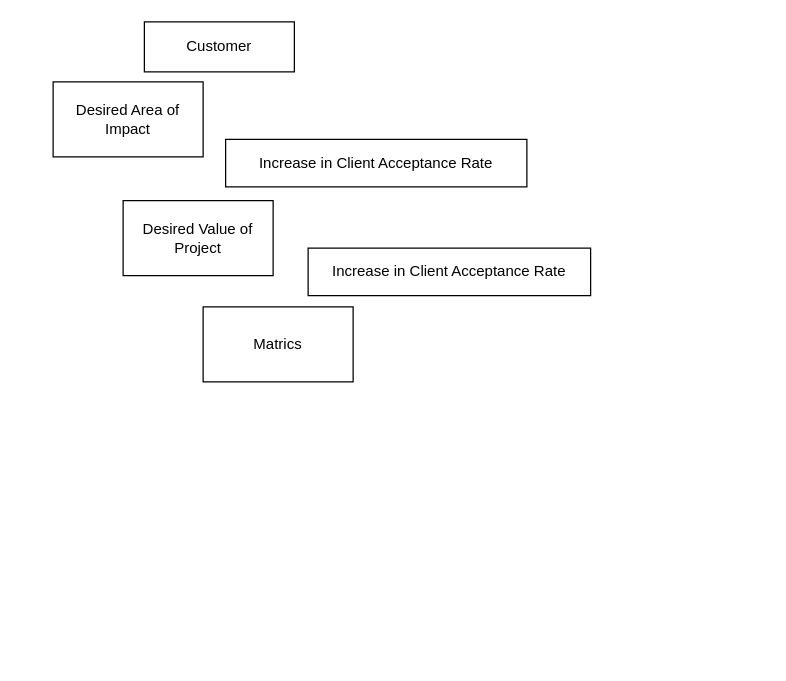
Before: Untitled Diagram.drawio in AbeSoll/Draw.io, a draw.io diagram. Source tidied: cells renumbered, new cells numbered last; positions are measured from the earlier drawing's top-left corner, leaving out a move shared by most shapes. Both pictures are drawn from the tidied source at 125%, with x=0, y=0 at pixel (52, 21).
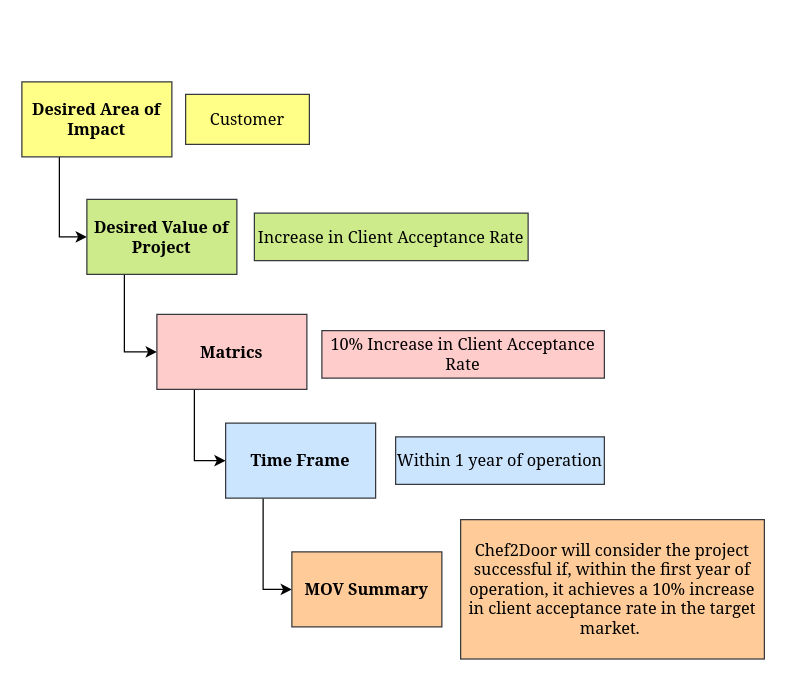
Above is the later version.

The edit, as a diff of the source:
```diff
@@
 <mxGraphModel>
   <root>
     <mxCell id="0" />
     <mxCell id="1" parent="0" />
-    <mxCell id="2" value="Customer" style="rounded=0;whiteSpace=wrap;html=1;" parent="1" vertex="1">
-      <mxGeometry x="73" width="120" height="40" as="geometry" />
+    <mxCell id="2" value="Customer" style="rounded=0;whiteSpace=wrap;html=1;fillColor=#ffff88;strokeColor=#36393d;fontFamily=Georgia;fontSize=13;" parent="1" vertex="1">
+      <mxGeometry x="106" y="58" width="99" height="40" as="geometry" />
     </mxCell>
-    <mxCell id="3" value="Increase in Client Acceptance Rate" style="rounded=0;whiteSpace=wrap;html=1;" parent="1" vertex="1">
-      <mxGeometry x="138" y="94" width="241" height="38" as="geometry" />
+    <mxCell id="3" value="Increase in Client Acceptance Rate" style="rounded=0;whiteSpace=wrap;html=1;fillColor=#cdeb8b;strokeColor=#36393d;fontFamily=Georgia;fontSize=13;" parent="1" vertex="1">
+      <mxGeometry x="161" y="153" width="219" height="38" as="geometry" />
     </mxCell>
-    <mxCell id="4" value="Increase in Client Acceptance Rate" style="rounded=0;whiteSpace=wrap;html=1;" parent="1" vertex="1">
-      <mxGeometry x="204" y="181" width="226" height="38" as="geometry" />
+    <mxCell id="4" value="10% Increase in Client Acceptance Rate" style="rounded=0;whiteSpace=wrap;html=1;fillColor=#ffcccc;strokeColor=#36393d;fontFamily=Georgia;fontSize=13;" parent="1" vertex="1">
+      <mxGeometry x="215" y="247" width="226" height="38" as="geometry" />
     </mxCell>
+    <mxCell id="8" style="edgeStyle=orthogonalEdgeStyle;rounded=0;jettySize=auto;html=1;exitX=0.25;exitY=1;exitDx=0;exitDy=0;entryX=0;entryY=0.5;entryDx=0;entryDy=0;fontFamily=Georgia;fontSize=13;" parent="1" edge="1" source="5" target="6">
+      <mxGeometry relative="1" as="geometry" />
+    </mxCell>
-    <mxCell id="5" value="Desired Area of Impact" style="rounded=0;whiteSpace=wrap;html=1;" parent="1" vertex="1">
-      <mxGeometry y="48" width="120" height="60" as="geometry" />
+    <mxCell id="5" value="Desired Area of Impact" style="rounded=0;whiteSpace=wrap;html=1;fillColor=#ffff88;strokeColor=#36393d;fontFamily=Georgia;fontSize=13;fontStyle=1;" parent="1" vertex="1">
+      <mxGeometry x="-25" y="48" width="120" height="60" as="geometry" />
     </mxCell>
+    <mxCell id="9" style="edgeStyle=orthogonalEdgeStyle;rounded=0;jettySize=auto;html=1;exitX=0.25;exitY=1;exitDx=0;exitDy=0;entryX=0;entryY=0.5;entryDx=0;entryDy=0;fontFamily=Georgia;fontSize=13;" parent="1" edge="1" source="6" target="7">
+      <mxGeometry relative="1" as="geometry" />
+    </mxCell>
-    <mxCell id="6" value="Desired Value of Project" style="rounded=0;whiteSpace=wrap;html=1;" parent="1" vertex="1">
-      <mxGeometry x="56" y="143" width="120" height="60" as="geometry" />
+    <mxCell id="6" value="Desired Value of Project" style="rounded=0;whiteSpace=wrap;html=1;fillColor=#cdeb8b;strokeColor=#36393d;fontFamily=Georgia;fontSize=13;fontStyle=1;" parent="1" vertex="1">
+      <mxGeometry x="27" y="142" width="120" height="60" as="geometry" />
     </mxCell>
+    <mxCell id="10" style="edgeStyle=orthogonalEdgeStyle;rounded=0;jettySize=auto;html=1;exitX=0.25;exitY=1;exitDx=0;exitDy=0;entryX=0;entryY=0.5;entryDx=0;entryDy=0;fontFamily=Georgia;fontSize=13;" parent="1" edge="1" source="7" target="12">
+      <mxGeometry relative="1" as="geometry" />
+    </mxCell>
-    <mxCell id="7" value="Matrics" style="rounded=0;whiteSpace=wrap;html=1;" parent="1" vertex="1">
-      <mxGeometry x="120" y="228" width="120" height="60" as="geometry" />
+    <mxCell id="7" value="Matrics" style="rounded=0;whiteSpace=wrap;html=1;fillColor=#ffcccc;strokeColor=#36393d;fontFamily=Georgia;fontSize=13;fontStyle=1;" parent="1" vertex="1">
+      <mxGeometry x="83" y="234" width="120" height="60" as="geometry" />
     </mxCell>
+    <mxCell id="11" style="edgeStyle=orthogonalEdgeStyle;rounded=0;jettySize=auto;html=1;exitX=0.25;exitY=1;exitDx=0;exitDy=0;entryX=0;entryY=0.5;entryDx=0;entryDy=0;fontFamily=Georgia;fontSize=13;" parent="1" edge="1" source="12" target="14">
+      <mxGeometry relative="1" as="geometry" />
+    </mxCell>
+    <mxCell id="12" value="Time Frame" style="rounded=0;whiteSpace=wrap;html=1;fillColor=#cce5ff;strokeColor=#36393d;fontFamily=Georgia;fontSize=13;fontStyle=1;" parent="1" vertex="1">
+      <mxGeometry x="138" y="321" width="120" height="60" as="geometry" />
+    </mxCell>
+    <mxCell id="13" value="Within 1 year of operation" style="rounded=0;whiteSpace=wrap;html=1;fillColor=#cce5ff;strokeColor=#36393d;fontFamily=Georgia;fontSize=13;" parent="1" vertex="1">
+      <mxGeometry x="274" y="332" width="167" height="38" as="geometry" />
+    </mxCell>
+    <mxCell id="14" value="MOV Summary" style="rounded=0;whiteSpace=wrap;html=1;fillColor=#ffcc99;strokeColor=#36393d;fontFamily=Georgia;fontSize=13;fontStyle=1;" parent="1" vertex="1">
+      <mxGeometry x="191" y="424" width="120" height="60" as="geometry" />
+    </mxCell>
+    <mxCell id="15" value="&lt;div style=&quot;font-size: 13px;&quot;&gt;&lt;span style=&quot;background-color: initial; font-size: 13px;&quot;&gt;Chef2Door will consider the project successful if, within the first year of operation, it achieves a 10% increase in client acceptance rate in the target market.&amp;nbsp;&lt;/span&gt;&lt;/div&gt;" style="rounded=0;html=1;align=center;labelBorderColor=none;spacingBottom=0;spacingTop=0;whiteSpace=wrap;fillColor=#ffcc99;strokeColor=#36393d;fontFamily=Georgia;fontSize=13;" parent="1" vertex="1">
+      <mxGeometry x="326" y="398.2" width="243" height="111.5" as="geometry" />
+    </mxCell>
   </root>
 </mxGraphModel>
```
